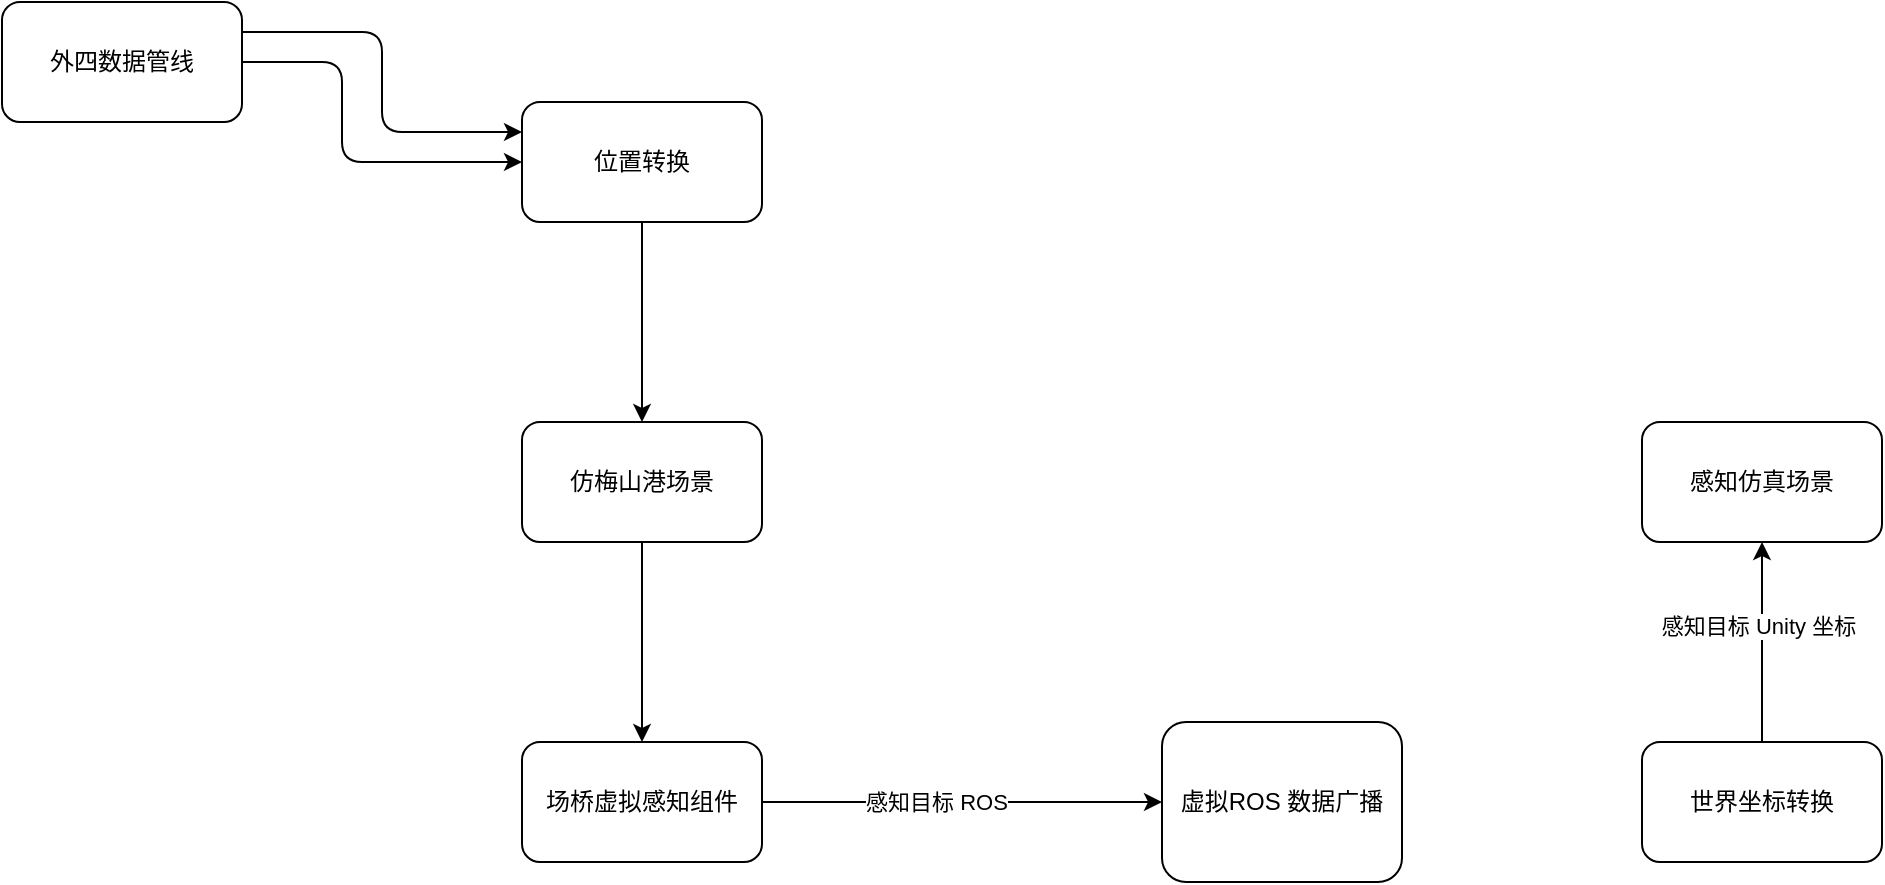
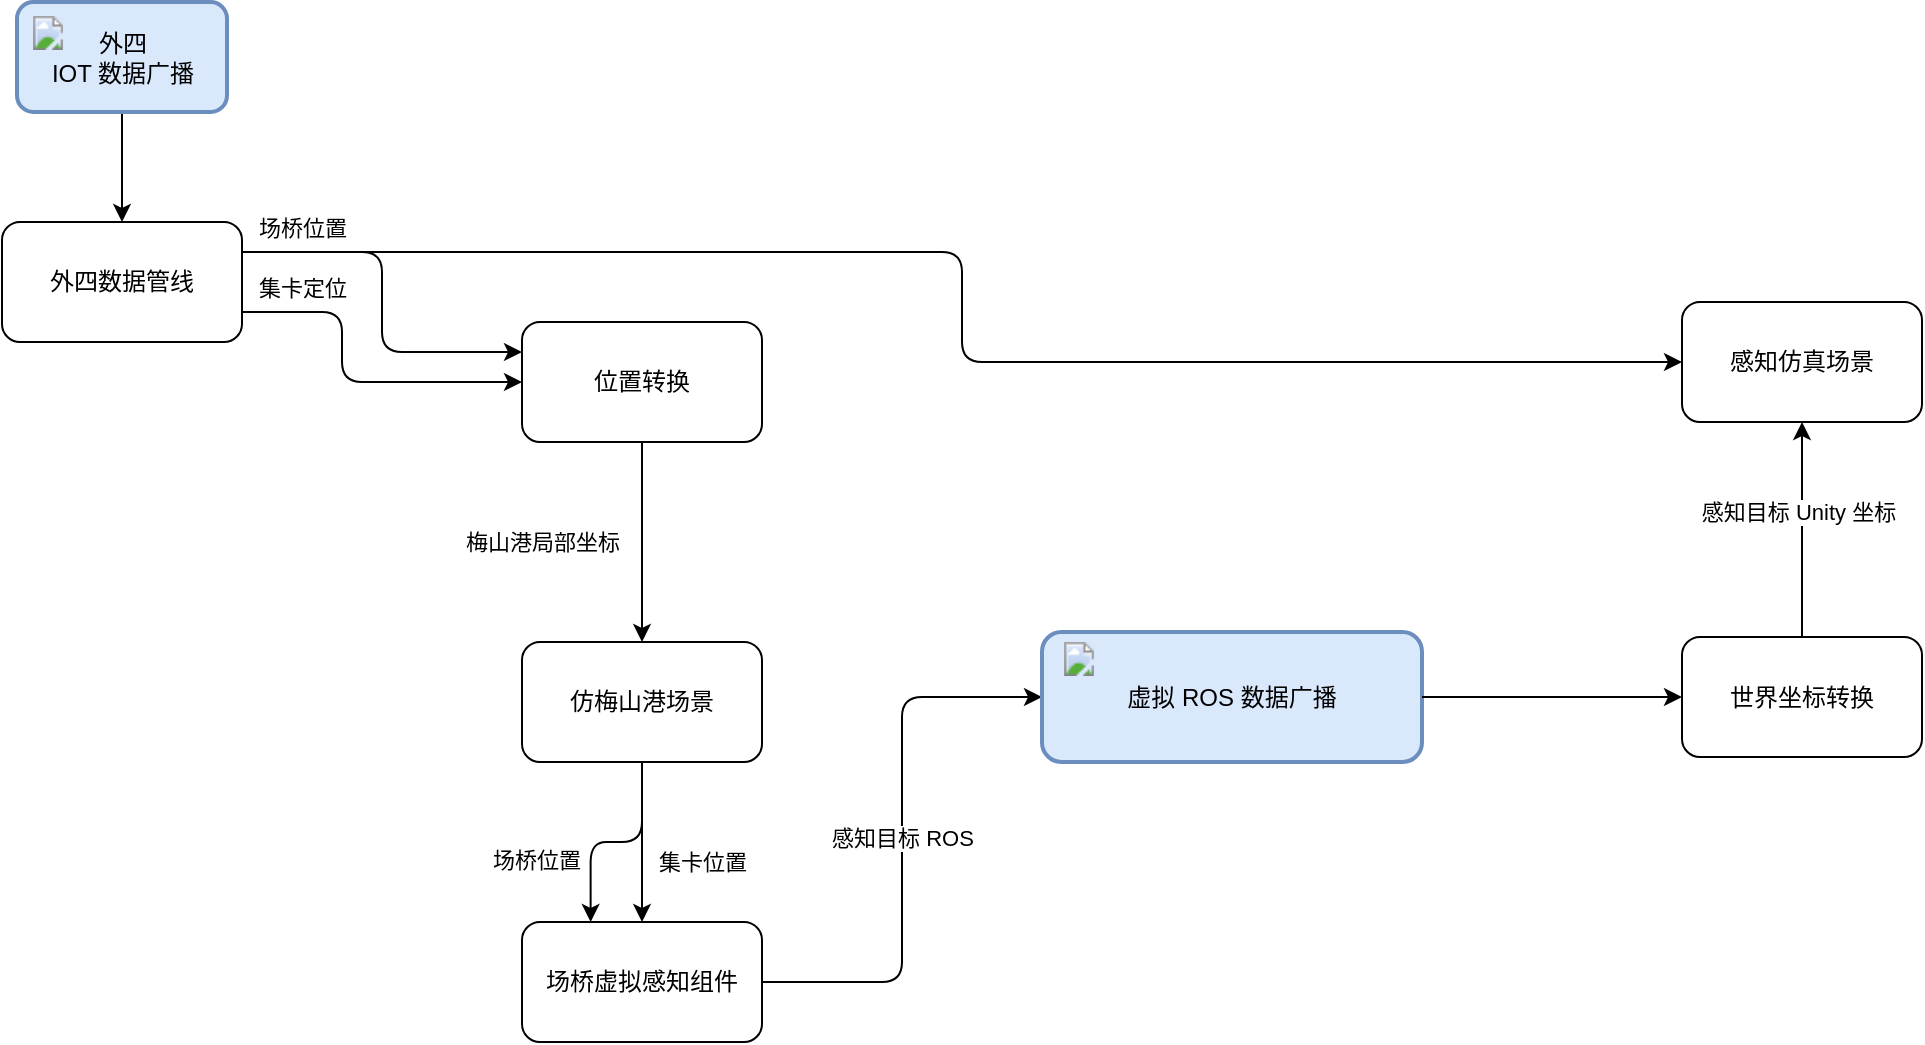
<mxfile host="app.diagrams.net">
  <diagram name="Page-1" id="BT0UFU37oAvm-0r1lB1w">
-     <mxGraphModel dx="2338" dy="1140" grid="1" gridSize="10" guides="1" tooltips="1" connect="1" arrows="1" fold="1" page="1" pageScale="1" pageWidth="827" pageHeight="1169" math="0" shadow="0">
+     <mxGraphModel dx="779" dy="380" grid="1" gridSize="10" guides="1" tooltips="1" connect="1" arrows="1" fold="1" page="1" pageScale="1" pageWidth="827" pageHeight="1169" math="0" shadow="0">
      <root>
        <mxCell id="0" />
        <mxCell id="1" parent="0" />
        <mxCell id="ZpX4doptbyCpLkaODE3u-4" edge="1" parent="1" source="ZpX4doptbyCpLkaODE3u-1" style="edgeStyle=orthogonalEdgeStyle;rounded=1;orthogonalLoop=1;jettySize=auto;html=1;entryX=0;entryY=0.25;entryDx=0;entryDy=0;exitX=1;exitY=0.25;exitDx=0;exitDy=0;curved=0;" target="ZpX4doptbyCpLkaODE3u-2">
          <mxGeometry relative="1" as="geometry" />
        </mxCell>
-         <mxCell id="ZpX4doptbyCpLkaODE3u-13" edge="1" parent="1" source="ZpX4doptbyCpLkaODE3u-1" style="edgeStyle=orthogonalEdgeStyle;rounded=1;orthogonalLoop=1;jettySize=auto;html=1;entryX=0;entryY=0.5;entryDx=0;entryDy=0;curved=0;" target="ZpX4doptbyCpLkaODE3u-2">
+         <mxCell id="ZpX4doptbyCpLkaODE3u-13" edge="1" parent="1" source="ZpX4doptbyCpLkaODE3u-1" style="edgeStyle=orthogonalEdgeStyle;rounded=1;orthogonalLoop=1;jettySize=auto;html=1;entryX=0;entryY=0.5;entryDx=0;entryDy=0;curved=0;exitX=1;exitY=0.75;exitDx=0;exitDy=0;" target="ZpX4doptbyCpLkaODE3u-2">
          <mxGeometry relative="1" as="geometry">
            <Array as="points">
-               <mxPoint x="250" y="250" />
+               <mxPoint x="250" y="265" />
              <mxPoint x="250" y="300" />
            </Array>
+           </mxGeometry>
+         </mxCell>
+         <mxCell id="ZpX4doptbyCpLkaODE3u-27" connectable="0" parent="ZpX4doptbyCpLkaODE3u-13" style="edgeLabel;html=1;align=center;verticalAlign=middle;resizable=0;points=[];" value="集卡定位" vertex="1">
+           <mxGeometry relative="1" x="-0.3281" y="-3" as="geometry">
+             <mxPoint x="-17" y="-21" as="offset" />
+           </mxGeometry>
+         </mxCell>
+         <mxCell id="ZpX4doptbyCpLkaODE3u-25" edge="1" parent="1" source="ZpX4doptbyCpLkaODE3u-1" style="edgeStyle=orthogonalEdgeStyle;rounded=1;orthogonalLoop=1;jettySize=auto;html=1;entryX=0;entryY=0.5;entryDx=0;entryDy=0;exitX=1;exitY=0.25;exitDx=0;exitDy=0;curved=0;" target="ZpX4doptbyCpLkaODE3u-14">
+           <mxGeometry relative="1" as="geometry" />
+         </mxCell>
+         <mxCell id="ZpX4doptbyCpLkaODE3u-26" connectable="0" parent="ZpX4doptbyCpLkaODE3u-25" style="edgeLabel;html=1;align=center;verticalAlign=middle;resizable=0;points=[];" value="场桥位置" vertex="1">
+           <mxGeometry relative="1" x="-0.2229" y="3" as="geometry">
+             <mxPoint x="-271" y="-9" as="offset" />
          </mxGeometry>
        </mxCell>
        <mxCell id="ZpX4doptbyCpLkaODE3u-1" parent="1" style="rounded=1;whiteSpace=wrap;html=1;" value="外四数据管线" vertex="1">
          <mxGeometry height="60" width="120" x="80" y="220" as="geometry" />
        </mxCell>
        <mxCell id="ZpX4doptbyCpLkaODE3u-2" parent="1" style="rounded=1;whiteSpace=wrap;html=1;" value="位置转换" vertex="1">
          <mxGeometry height="60" width="120" x="340" y="270" as="geometry" />
        </mxCell>
        <mxCell id="ZpX4doptbyCpLkaODE3u-8" edge="1" parent="1" source="ZpX4doptbyCpLkaODE3u-3" style="edgeStyle=orthogonalEdgeStyle;rounded=0;orthogonalLoop=1;jettySize=auto;html=1;entryX=0.5;entryY=0;entryDx=0;entryDy=0;" target="ZpX4doptbyCpLkaODE3u-6">
          <mxGeometry relative="1" as="geometry" />
        </mxCell>
+         <mxCell id="ZpX4doptbyCpLkaODE3u-32" connectable="0" parent="ZpX4doptbyCpLkaODE3u-8" style="edgeLabel;html=1;align=center;verticalAlign=middle;resizable=0;points=[];" value="集卡位置" vertex="1">
+           <mxGeometry relative="1" x="-0.2964" y="-2" as="geometry">
+             <mxPoint x="32" y="22" as="offset" />
+           </mxGeometry>
+         </mxCell>
        <mxCell id="ZpX4doptbyCpLkaODE3u-3" parent="1" style="rounded=1;whiteSpace=wrap;html=1;" value="仿梅山港场景" vertex="1">
          <mxGeometry height="60" width="120" x="340" y="430" as="geometry" />
        </mxCell>
        <mxCell id="ZpX4doptbyCpLkaODE3u-5" edge="1" parent="1" source="ZpX4doptbyCpLkaODE3u-2" style="edgeStyle=orthogonalEdgeStyle;rounded=0;orthogonalLoop=1;jettySize=auto;html=1;" target="ZpX4doptbyCpLkaODE3u-3">
          <mxGeometry relative="1" as="geometry" />
        </mxCell>
-         <mxCell id="ZpX4doptbyCpLkaODE3u-10" edge="1" parent="1" source="ZpX4doptbyCpLkaODE3u-6" style="edgeStyle=orthogonalEdgeStyle;rounded=0;orthogonalLoop=1;jettySize=auto;html=1;entryX=0;entryY=0.5;entryDx=0;entryDy=0;" target="ZpX4doptbyCpLkaODE3u-9">
-           <mxGeometry relative="1" as="geometry" />
+         <mxCell id="ZpX4doptbyCpLkaODE3u-31" connectable="0" parent="ZpX4doptbyCpLkaODE3u-5" style="edgeLabel;html=1;align=center;verticalAlign=middle;resizable=0;points=[];" value="梅山港局部坐标" vertex="1">
+           <mxGeometry relative="1" x="-0.1629" y="-1" as="geometry">
+             <mxPoint x="-49" y="8" as="offset" />
+           </mxGeometry>
+         </mxCell>
+         <mxCell id="ZpX4doptbyCpLkaODE3u-10" edge="1" parent="1" source="ZpX4doptbyCpLkaODE3u-6" style="edgeStyle=orthogonalEdgeStyle;rounded=1;orthogonalLoop=1;jettySize=auto;html=1;entryX=0;entryY=0.5;entryDx=0;entryDy=0;curved=0;" target="ZpX4doptbyCpLkaODE3u-22">
+           <mxGeometry relative="1" as="geometry">
+             <mxPoint x="660" y="620" as="targetPoint" />
+           </mxGeometry>
        </mxCell>
        <mxCell id="ZpX4doptbyCpLkaODE3u-16" connectable="0" parent="ZpX4doptbyCpLkaODE3u-10" style="edgeLabel;html=1;align=center;verticalAlign=middle;resizable=0;points=[];" value="感知目标 ROS" vertex="1">
          <mxGeometry relative="1" x="-0.1375" as="geometry">
-             <mxPoint as="offset" />
+             <mxPoint y="-20" as="offset" />
          </mxGeometry>
        </mxCell>
        <mxCell id="ZpX4doptbyCpLkaODE3u-6" parent="1" style="rounded=1;whiteSpace=wrap;html=1;" value="场桥虚拟感知组件" vertex="1">
-           <mxGeometry height="60" width="120" x="340" y="590" as="geometry" />
-         </mxCell>
-         <mxCell id="ZpX4doptbyCpLkaODE3u-9" parent="1" style="rounded=1;whiteSpace=wrap;html=1;" value="虚拟ROS 数据广播" vertex="1">
-           <mxGeometry height="80" width="120" x="660" y="580" as="geometry" />
+           <mxGeometry height="60" width="120" x="340" y="570" as="geometry" />
        </mxCell>
        <mxCell id="ZpX4doptbyCpLkaODE3u-15" edge="1" parent="1" source="ZpX4doptbyCpLkaODE3u-11" style="edgeStyle=orthogonalEdgeStyle;rounded=0;orthogonalLoop=1;jettySize=auto;html=1;entryX=0.5;entryY=1;entryDx=0;entryDy=0;" target="ZpX4doptbyCpLkaODE3u-14">
          <mxGeometry relative="1" as="geometry" />
        </mxCell>
        <mxCell id="ZpX4doptbyCpLkaODE3u-17" connectable="0" parent="ZpX4doptbyCpLkaODE3u-15" style="edgeLabel;html=1;align=center;verticalAlign=middle;resizable=0;points=[];" value="感知目标 Unity 坐标" vertex="1">
          <mxGeometry relative="1" x="0.16" y="2" as="geometry">
            <mxPoint as="offset" />
          </mxGeometry>
        </mxCell>
        <mxCell id="ZpX4doptbyCpLkaODE3u-11" parent="1" style="rounded=1;whiteSpace=wrap;html=1;" value="世界坐标转换" vertex="1">
-           <mxGeometry height="60" width="120" x="900" y="590" as="geometry" />
+           <mxGeometry height="60" width="120" x="920" y="427.5" as="geometry" />
        </mxCell>
        <mxCell id="ZpX4doptbyCpLkaODE3u-14" parent="1" style="rounded=1;whiteSpace=wrap;html=1;" value="感知仿真场景" vertex="1">
-           <mxGeometry height="60" width="120" x="900" y="430" as="geometry" />
+           <mxGeometry height="60" width="120" x="920" y="260" as="geometry" />
+         </mxCell>
+         <mxCell id="ZpX4doptbyCpLkaODE3u-22" parent="1" style="rounded=1;whiteSpace=wrap;html=1;strokeColor=#6c8ebf;fillStyle=auto;fillColor=#dae8fc;strokeWidth=2;" value="虚拟 ROS 数据广播" vertex="1">
+           <mxGeometry height="65" width="190" x="600" y="425" as="geometry" />
+         </mxCell>
+         <mxCell id="ZpX4doptbyCpLkaODE3u-23" parent="1" style="image;aspect=fixed;html=1;points=[];align=center;fontSize=12;image=img/lib/dynamics365/ProductVisualize.svg;" value="" vertex="1">
+           <mxGeometry height="17" width="17" x="610" y="430" as="geometry" />
+         </mxCell>
+         <mxCell id="ZpX4doptbyCpLkaODE3u-24" edge="1" parent="1" source="ZpX4doptbyCpLkaODE3u-22" style="rounded=0;orthogonalLoop=1;jettySize=auto;html=1;" target="ZpX4doptbyCpLkaODE3u-11">
+           <mxGeometry relative="1" as="geometry">
+             <mxPoint x="930" y="457" as="targetPoint" />
+           </mxGeometry>
+         </mxCell>
+         <mxCell id="ZpX4doptbyCpLkaODE3u-30" edge="1" parent="1" source="ZpX4doptbyCpLkaODE3u-28" style="edgeStyle=orthogonalEdgeStyle;rounded=0;orthogonalLoop=1;jettySize=auto;html=1;entryX=0.5;entryY=0;entryDx=0;entryDy=0;" target="ZpX4doptbyCpLkaODE3u-1">
+           <mxGeometry relative="1" as="geometry" />
+         </mxCell>
+         <mxCell id="ZpX4doptbyCpLkaODE3u-28" parent="1" style="rounded=1;whiteSpace=wrap;html=1;strokeColor=#6c8ebf;fillStyle=auto;fillColor=#dae8fc;strokeWidth=2;" value="外四&lt;br&gt;IOT 数据广播" vertex="1">
+           <mxGeometry height="55" width="105" x="87.5" y="110" as="geometry" />
+         </mxCell>
+         <mxCell id="ZpX4doptbyCpLkaODE3u-29" parent="1" style="image;aspect=fixed;html=1;points=[];align=center;fontSize=12;image=img/lib/dynamics365/ProductVisualize.svg;" value="" vertex="1">
+           <mxGeometry height="17" width="17" x="94.5" y="117" as="geometry" />
+         </mxCell>
+         <mxCell id="ZpX4doptbyCpLkaODE3u-33" edge="1" parent="1" source="ZpX4doptbyCpLkaODE3u-3" style="edgeStyle=orthogonalEdgeStyle;rounded=1;orthogonalLoop=1;jettySize=auto;html=1;entryX=0.286;entryY=0;entryDx=0;entryDy=0;entryPerimeter=0;curved=0;" target="ZpX4doptbyCpLkaODE3u-6">
+           <mxGeometry relative="1" as="geometry" />
+         </mxCell>
+         <mxCell id="ZpX4doptbyCpLkaODE3u-34" connectable="0" parent="1" style="edgeLabel;html=1;align=center;verticalAlign=middle;resizable=0;points=[];" value="场桥位置" vertex="1">
+           <mxGeometry x="350" y="540" as="geometry">
+             <mxPoint x="-3" y="-1" as="offset" />
+           </mxGeometry>
        </mxCell>
      </root>
    </mxGraphModel>
  </diagram>
</mxfile>
